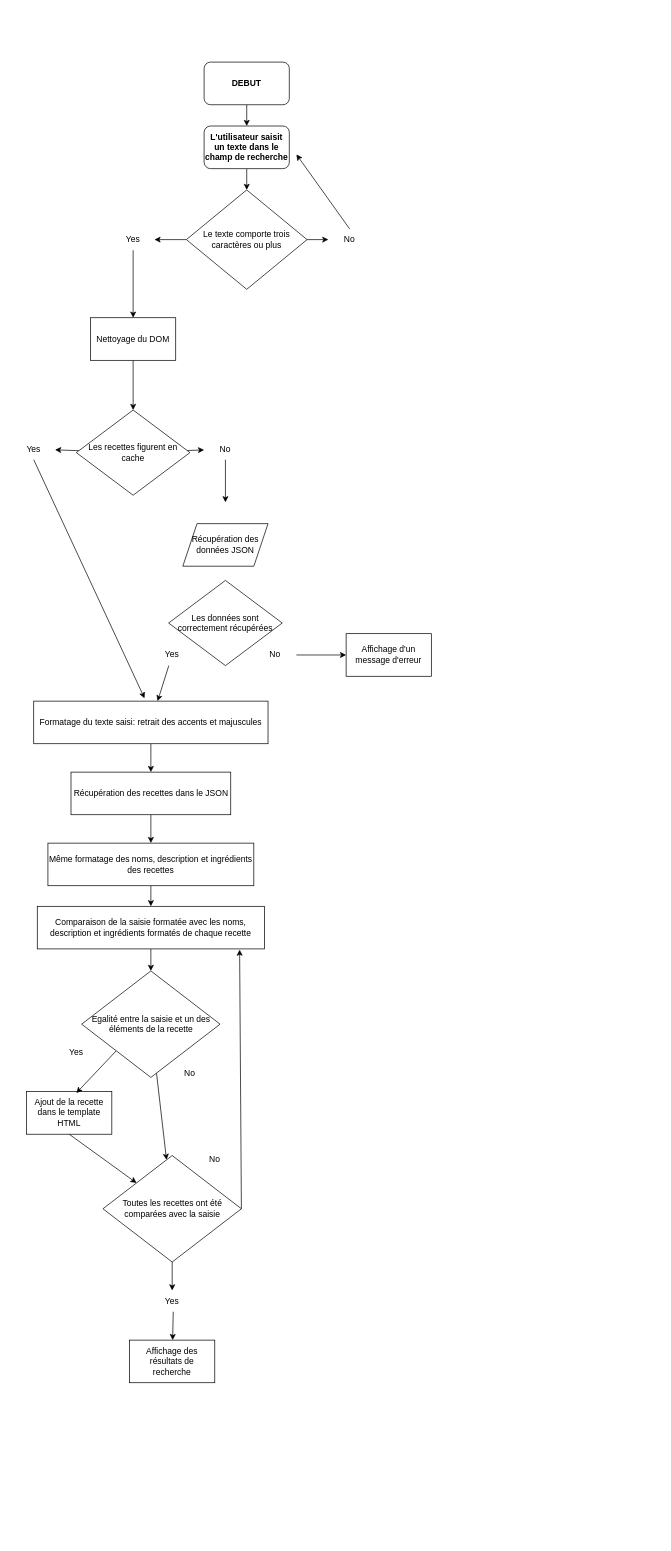
yann-lcrx/YannickLacroix_DFE7_31012022 keeps this draw.io diagram as algorithm.drawio. Above is the earlier version. Source tidied: cells renumbered, new cells numbered last; positions are measured from the earlier drawing's top-left corner, leaving out a move shared by most shapes. Both pictures are drawn from the tidied source at 71%, with x=0, y=0 at pixel (12, 62).
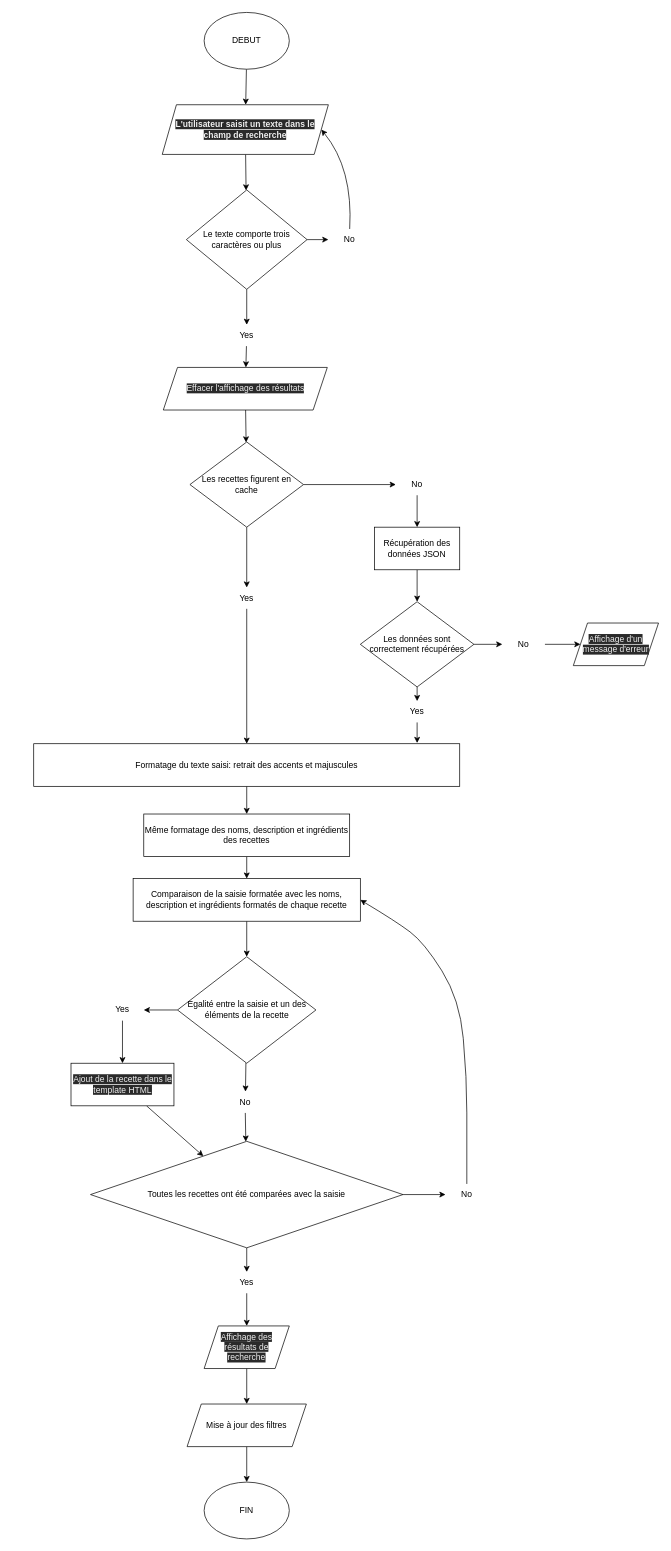
After the change.

The change refers to these unchanged cells:
```xml
<mxCell id="8" value="Le texte comporte trois caractères ou plus" style="rhombus;whiteSpace=wrap;html=1;" parent="1" vertex="1">
  <mxGeometry x="245" y="180" width="170" height="140" as="geometry" />
</mxCell>
```

The edit, as a diff of the source:
```diff
@@
-    <mxCell id="2" style="edgeStyle=none;html=1;" parent="1" edge="1" source="3" target="5">
-      <mxGeometry relative="1" as="geometry" />
-    </mxCell>
-    <mxCell id="3" value="&lt;b&gt;DEBUT&lt;/b&gt;" style="rounded=1;whiteSpace=wrap;html=1;" parent="1" vertex="1">
-      <mxGeometry x="270" width="120" height="60" as="geometry" />
-    </mxCell>
-    <mxCell id="4" style="edgeStyle=none;html=1;" parent="1" edge="1" source="5" target="8">
-      <mxGeometry relative="1" as="geometry" />
-    </mxCell>
-    <mxCell id="5" value="&lt;b&gt;L'utilisateur saisit un texte dans le champ de recherche&lt;/b&gt;" style="rounded=1;whiteSpace=wrap;html=1;" parent="1" vertex="1">
-      <mxGeometry x="270" y="90" width="120" height="60" as="geometry" />
-    </mxCell>
@@
-    <mxCell id="9" style="edgeStyle=none;html=1;entryX=0.5;entryY=0;entryDx=0;entryDy=0;" parent="1" edge="1" source="10" target="50">
-      <mxGeometry relative="1" as="geometry" />
-    </mxCell>
+    <mxCell id="51" style="edgeStyle=none;html=1;" parent="1" edge="1" source="10" target="67">
+      <mxGeometry relative="1" as="geometry" />
+    </mxCell>
     <mxCell id="10" value="Yes" style="text;html=1;strokeColor=none;fillColor=none;align=center;verticalAlign=middle;whiteSpace=wrap;rounded=0;" parent="1" vertex="1">
-      <mxGeometry x="140" y="235" width="60" height="30" as="geometry" />
+      <mxGeometry x="300" y="370" width="60" height="30" as="geometry" />
     </mxCell>
-    <mxCell id="11" style="edgeStyle=none;html=1;" parent="1" edge="1" source="12">
-      <mxGeometry relative="1" as="geometry">
-        <mxPoint x="300" y="620" as="targetPoint" />
-      </mxGeometry>
+    <mxCell id="11" style="edgeStyle=none;html=1;entryX=0.5;entryY=0;entryDx=0;entryDy=0;" parent="1" edge="1" source="12" target="18">
+      <mxGeometry relative="1" as="geometry" />
     </mxCell>
     <mxCell id="12" value="No" style="text;html=1;strokeColor=none;fillColor=none;align=center;verticalAlign=middle;whiteSpace=wrap;rounded=0;" parent="1" vertex="1">
-      <mxGeometry x="270" y="530" width="60" height="30" as="geometry" />
+      <mxGeometry x="540" y="580" width="60" height="30" as="geometry" />
     </mxCell>
@@
     <mxCell id="15" value="Les recettes figurent en cache" style="rhombus;whiteSpace=wrap;html=1;" parent="1" vertex="1">
-      <mxGeometry x="90" y="490" width="160" height="120" as="geometry" />
+      <mxGeometry x="250" y="535" width="160" height="120" as="geometry" />
     </mxCell>
-    <mxCell id="16" style="edgeStyle=none;html=1;exitX=0.5;exitY=1;exitDx=0;exitDy=0;entryX=0.473;entryY=-0.067;entryDx=0;entryDy=0;entryPerimeter=0;" parent="1" edge="1" source="17" target="20">
+    <mxCell id="16" style="edgeStyle=none;html=1;exitX=0.5;exitY=1;exitDx=0;exitDy=0;entryX=0.5;entryY=0;entryDx=0;entryDy=0;" parent="1" edge="1" source="17" target="20">
       <mxGeometry relative="1" as="geometry" />
     </mxCell>
     <mxCell id="17" value="Yes" style="text;html=1;strokeColor=none;fillColor=none;align=center;verticalAlign=middle;whiteSpace=wrap;rounded=0;" parent="1" vertex="1">
-      <mxGeometry y="530" width="60" height="30" as="geometry" />
+      <mxGeometry x="300" y="740" width="60" height="30" as="geometry" />
     </mxCell>
-    <mxCell id="18" value="Récupération des données JSON" style="shape=parallelogram;perimeter=parallelogramPerimeter;whiteSpace=wrap;html=1;fixedSize=1;" parent="1" vertex="1">
-      <mxGeometry x="240" y="650" width="120" height="60" as="geometry" />
-    </mxCell>
-    <mxCell id="19" style="edgeStyle=none;html=1;" parent="1" edge="1" source="20" target="27">
-      <mxGeometry relative="1" as="geometry" />
-    </mxCell>
+    <mxCell id="52" style="edgeStyle=none;html=1;exitX=0.5;exitY=1;exitDx=0;exitDy=0;entryX=0.5;entryY=0;entryDx=0;entryDy=0;" parent="1" edge="1" source="20" target="29">
+      <mxGeometry relative="1" as="geometry" />
+    </mxCell>
     <mxCell id="20" value="Formatage du texte saisi: retrait des accents et majuscules" style="rounded=0;whiteSpace=wrap;html=1;" parent="1" vertex="1">
-      <mxGeometry x="30" y="900" width="330" height="60" as="geometry" />
+      <mxGeometry x="30" y="960" width="600" height="60" as="geometry" />
     </mxCell>
+    <mxCell id="53" style="edgeStyle=none;html=1;exitX=1;exitY=0.5;exitDx=0;exitDy=0;" parent="1" edge="1" source="21" target="25">
+      <mxGeometry relative="1" as="geometry" />
+    </mxCell>
+    <mxCell id="54" style="edgeStyle=none;html=1;exitX=0.5;exitY=1;exitDx=0;exitDy=0;entryX=0.5;entryY=0;entryDx=0;entryDy=0;" parent="1" edge="1" source="21" target="23">
+      <mxGeometry relative="1" as="geometry" />
+    </mxCell>
     <mxCell id="21" value="Les données sont correctement récupérées" style="rhombus;whiteSpace=wrap;html=1;" parent="1" vertex="1">
-      <mxGeometry x="220" y="730" width="160" height="120" as="geometry" />
+      <mxGeometry x="490" y="760" width="160" height="120" as="geometry" />
     </mxCell>
-    <mxCell id="22" style="edgeStyle=none;html=1;" parent="1" edge="1" source="23" target="20">
+    <mxCell id="22" style="edgeStyle=none;html=1;exitX=0.5;exitY=1;exitDx=0;exitDy=0;entryX=0.9;entryY=-0.017;entryDx=0;entryDy=0;entryPerimeter=0;" parent="1" edge="1" source="23" target="20">
       <mxGeometry relative="1" as="geometry" />
     </mxCell>
     <mxCell id="23" value="Yes" style="text;html=1;strokeColor=none;fillColor=none;align=center;verticalAlign=middle;whiteSpace=wrap;rounded=0;" parent="1" vertex="1">
-      <mxGeometry x="195" y="820" width="60" height="30" as="geometry" />
+      <mxGeometry x="540" y="900" width="60" height="30" as="geometry" />
     </mxCell>
-    <mxCell id="24" style="edgeStyle=none;html=1;" parent="1" edge="1" source="25" target="48">
+    <mxCell id="24" style="edgeStyle=none;html=1;exitX=1;exitY=0.5;exitDx=0;exitDy=0;entryX=0;entryY=0.5;entryDx=0;entryDy=0;" parent="1" edge="1" source="25" target="48">
       <mxGeometry relative="1" as="geometry" />
     </mxCell>
     <mxCell id="25" value="No" style="text;html=1;strokeColor=none;fillColor=none;align=center;verticalAlign=middle;whiteSpace=wrap;rounded=0;" parent="1" vertex="1">
-      <mxGeometry x="340" y="820" width="60" height="30" as="geometry" />
+      <mxGeometry x="690" y="805" width="60" height="30" as="geometry" />
     </mxCell>
-    <mxCell id="26" style="edgeStyle=none;html=1;" parent="1" edge="1" source="27" target="29">
-      <mxGeometry relative="1" as="geometry" />
-    </mxCell>
-    <mxCell id="27" value="Récupération des recettes dans le JSON" style="rounded=0;whiteSpace=wrap;html=1;" parent="1" vertex="1">
-      <mxGeometry x="82.5" y="1000" width="225" height="60" as="geometry" />
-    </mxCell>
@@
     <mxCell id="29" value="Même formatage des noms, description et ingrédients des recettes" style="rounded=0;whiteSpace=wrap;html=1;" parent="1" vertex="1">
-      <mxGeometry x="50" y="1100" width="290" height="60" as="geometry" />
+      <mxGeometry x="185" y="1059" width="290" height="60" as="geometry" />
     </mxCell>
@@
     <mxCell id="31" value="Comparaison de la saisie formatée avec les noms, description et ingrédients formatés de chaque recette" style="rounded=0;whiteSpace=wrap;html=1;" parent="1" vertex="1">
-      <mxGeometry x="35" y="1189" width="320" height="60" as="geometry" />
+      <mxGeometry x="170" y="1150" width="320" height="60" as="geometry" />
     </mxCell>
+    <mxCell id="55" style="edgeStyle=none;html=1;exitX=0;exitY=0.5;exitDx=0;exitDy=0;entryX=1;entryY=0.5;entryDx=0;entryDy=0;" parent="1" edge="1" source="36" target="40">
+      <mxGeometry relative="1" as="geometry" />
+    </mxCell>
+    <mxCell id="56" style="edgeStyle=none;html=1;" parent="1" edge="1" source="36" target="43">
+      <mxGeometry relative="1" as="geometry" />
+    </mxCell>
+    <mxCell id="36" value="Egalité entre la saisie et un des éléments de la recette" style="rhombus;whiteSpace=wrap;html=1;" parent="1" vertex="1">
+      <mxGeometry x="232.5" y="1260" width="195" height="150" as="geometry" />
+    </mxCell>
+    <mxCell id="38" style="edgeStyle=none;html=1;" parent="1" edge="1" source="39" target="42">
+      <mxGeometry relative="1" as="geometry" />
+    </mxCell>
+    <mxCell id="57" style="edgeStyle=none;html=1;" parent="1" edge="1" source="39" target="44">
+      <mxGeometry relative="1" as="geometry" />
+    </mxCell>
+    <mxCell id="39" value="Toutes les recettes ont été comparées avec la saisie" style="rhombus;whiteSpace=wrap;html=1;" parent="1" vertex="1">
+      <mxGeometry x="110" y="1520" width="440" height="150" as="geometry" />
+    </mxCell>
+    <mxCell id="58" style="edgeStyle=none;html=1;" parent="1" edge="1" source="40" target="33">
+      <mxGeometry relative="1" as="geometry" />
+    </mxCell>
+    <mxCell id="40" value="Yes" style="text;html=1;strokeColor=none;fillColor=none;align=center;verticalAlign=middle;whiteSpace=wrap;rounded=0;" parent="1" vertex="1">
+      <mxGeometry x="125" y="1320" width="60" height="30" as="geometry" />
+    </mxCell>
+    <mxCell id="59" style="edgeStyle=none;html=1;" parent="1" edge="1" source="42" target="45">
+      <mxGeometry relative="1" as="geometry" />
+    </mxCell>
+    <mxCell id="42" value="Yes" style="text;html=1;strokeColor=none;fillColor=none;align=center;verticalAlign=middle;whiteSpace=wrap;rounded=0;" parent="1" vertex="1">
+      <mxGeometry x="300" y="1704" width="60" height="30" as="geometry" />
+    </mxCell>
+    <mxCell id="60" style="edgeStyle=none;html=1;exitX=0.5;exitY=1;exitDx=0;exitDy=0;" parent="1" edge="1" source="43" target="39">
+      <mxGeometry relative="1" as="geometry" />
+    </mxCell>
+    <mxCell id="43" value="No" style="text;html=1;strokeColor=none;fillColor=none;align=center;verticalAlign=middle;whiteSpace=wrap;rounded=0;" parent="1" vertex="1">
+      <mxGeometry x="298" y="1450" width="60" height="30" as="geometry" />
+    </mxCell>
+    <mxCell id="47" value="No" style="text;html=1;strokeColor=none;fillColor=none;align=center;verticalAlign=middle;whiteSpace=wrap;rounded=0;" parent="1" vertex="1">
+      <mxGeometry x="445" y="235" width="60" height="30" as="geometry" />
+    </mxCell>
+    <mxCell id="61" style="edgeStyle=none;html=1;exitX=0.5;exitY=1;exitDx=0;exitDy=0;entryX=0.5;entryY=0;entryDx=0;entryDy=0;" parent="1" edge="1" source="18" target="21">
+      <mxGeometry relative="1" as="geometry" />
+    </mxCell>
+    <mxCell id="18" value="&lt;span&gt;Récupération des données JSON&lt;/span&gt;" style="rounded=0;whiteSpace=wrap;html=1;" parent="1" vertex="1">
+      <mxGeometry x="510" y="655" width="120" height="60" as="geometry" />
+    </mxCell>
+    <mxCell id="48" value="&#10;&#10;&lt;span style=&quot;color: rgb(240, 240, 240); font-family: helvetica; font-size: 12px; font-style: normal; font-weight: 400; letter-spacing: normal; text-align: center; text-indent: 0px; text-transform: none; word-spacing: 0px; background-color: rgb(42, 42, 42); display: inline; float: none;&quot;&gt;Affichage d'un message d'erreur&lt;/span&gt;&#10;&#10;" style="shape=parallelogram;perimeter=parallelogramPerimeter;whiteSpace=wrap;html=1;fixedSize=1;" parent="1" vertex="1">
+      <mxGeometry x="790" y="790" width="120" height="60" as="geometry" />
+    </mxCell>
+    <mxCell id="62" style="edgeStyle=none;html=1;" parent="1" edge="1" target="63">
+      <mxGeometry relative="1" as="geometry">
+        <mxPoint x="330" y="1950" as="sourcePoint" />
+      </mxGeometry>
+    </mxCell>
+    <mxCell id="63" value="FIN" style="ellipse;whiteSpace=wrap;html=1;" parent="1" vertex="1">
+      <mxGeometry x="270" y="2000" width="120" height="80" as="geometry" />
+    </mxCell>
+    <mxCell id="2" style="edgeStyle=none;html=1;" parent="1" edge="1" source="3" target="5">
+      <mxGeometry relative="1" as="geometry" />
+    </mxCell>
+    <mxCell id="3" value="DEBUT" style="ellipse;whiteSpace=wrap;html=1;" parent="1" vertex="1">
+      <mxGeometry x="270" y="-70" width="120" height="80" as="geometry" />
+    </mxCell>
+    <mxCell id="64" style="curved=1;endArrow=classic;html=1;exitX=0.5;exitY=0;exitDx=0;exitDy=0;entryX=1;entryY=0.5;entryDx=0;entryDy=0;" parent="1" edge="1" source="47" target="5">
+      <mxGeometry relative="1" as="geometry">
+        <Array as="points">
+          <mxPoint x="480" y="150" />
+        </Array>
+      </mxGeometry>
+    </mxCell>
+    <mxCell id="44" value="No" style="text;html=1;strokeColor=none;fillColor=none;align=center;verticalAlign=middle;whiteSpace=wrap;rounded=0;" parent="1" vertex="1">
+      <mxGeometry x="610" y="1580" width="60" height="30" as="geometry" />
+    </mxCell>
+    <mxCell id="65" style="curved=1;endArrow=classic;html=1;entryX=1;entryY=0.5;entryDx=0;entryDy=0;" parent="1" edge="1" target="31">
+      <mxGeometry relative="1" as="geometry">
+        <mxPoint x="640" y="1580" as="sourcePoint" />
+        <Array as="points">
+          <mxPoint x="640" y="1530" />
+          <mxPoint x="640" y="1430" />
+          <mxPoint x="630" y="1320" />
+          <mxPoint x="580" y="1240" />
+          <mxPoint x="540" y="1210" />
+        </Array>
+      </mxGeometry>
+    </mxCell>
+    <mxCell id="4" style="edgeStyle=none;html=1;" parent="1" edge="1" source="5" target="8">
+      <mxGeometry relative="1" as="geometry" />
+    </mxCell>
+    <mxCell id="5" value="&#10;&#10;&lt;b style=&quot;color: rgb(240, 240, 240); font-family: helvetica; font-size: 12px; font-style: normal; letter-spacing: normal; text-align: center; text-indent: 0px; text-transform: none; word-spacing: 0px; background-color: rgb(42, 42, 42);&quot;&gt;L'utilisateur saisit un texte dans le champ de recherche&lt;/b&gt;&#10;&#10;" style="shape=parallelogram;perimeter=parallelogramPerimeter;whiteSpace=wrap;html=1;fixedSize=1;" parent="1" vertex="1">
+      <mxGeometry x="211" y="60" width="234" height="70" as="geometry" />
+    </mxCell>
+    <mxCell id="66" style="edgeStyle=none;html=1;" parent="1" edge="1" source="67" target="15">
+      <mxGeometry relative="1" as="geometry" />
+    </mxCell>
+    <mxCell id="67" value="&#10;&#10;&lt;span style=&quot;color: rgb(240, 240, 240); font-family: helvetica; font-size: 12px; font-style: normal; font-weight: 400; letter-spacing: normal; text-align: center; text-indent: 0px; text-transform: none; word-spacing: 0px; background-color: rgb(42, 42, 42); display: inline; float: none;&quot;&gt;Effacer l'affichage des résultats&lt;/span&gt;&#10;&#10;" style="shape=parallelogram;perimeter=parallelogramPerimeter;whiteSpace=wrap;html=1;fixedSize=1;" parent="1" vertex="1">
+      <mxGeometry x="212.5" y="430" width="231" height="60" as="geometry" />
+    </mxCell>
+    <mxCell id="68" style="edgeStyle=none;html=1;" parent="1" edge="1" source="45">
+      <mxGeometry relative="1" as="geometry">
+        <mxPoint x="330" y="1890" as="targetPoint" />
+      </mxGeometry>
+    </mxCell>
+    <mxCell id="45" value="&#10;&#10;&lt;span style=&quot;color: rgb(240, 240, 240); font-family: helvetica; font-size: 12px; font-style: normal; font-weight: 400; letter-spacing: normal; text-align: center; text-indent: 0px; text-transform: none; word-spacing: 0px; background-color: rgb(42, 42, 42); display: inline; float: none;&quot;&gt;Affichage des résultats de recherche&lt;/span&gt;&#10;&#10;" style="shape=parallelogram;perimeter=parallelogramPerimeter;whiteSpace=wrap;html=1;fixedSize=1;" parent="1" vertex="1">
+      <mxGeometry x="270" y="1780" width="120" height="60" as="geometry" />
+    </mxCell>
+    <mxCell id="69" value="Mise à jour des filtres" style="shape=parallelogram;perimeter=parallelogramPerimeter;whiteSpace=wrap;html=1;fixedSize=1;" parent="1" vertex="1">
+      <mxGeometry x="246" y="1890" width="168" height="60" as="geometry" />
+    </mxCell>
-    <mxCell id="32" style="edgeStyle=none;html=1;exitX=0.5;exitY=1;exitDx=0;exitDy=0;" parent="1" edge="1" source="33" target="39">
+    <mxCell id="32" style="edgeStyle=none;html=1;" parent="1" edge="1" source="33" target="39">
       <mxGeometry relative="1" as="geometry" />
     </mxCell>
-    <mxCell id="33" value="Ajout de la recette dans le template HTML" style="rounded=0;whiteSpace=wrap;html=1;" parent="1" vertex="1">
-      <mxGeometry x="20" y="1450" width="120" height="60" as="geometry" />
+    <mxCell id="33" value="&lt;span style=&quot;color: rgb(240 , 240 , 240) ; font-size: 12px ; font-style: normal ; font-weight: 400 ; letter-spacing: normal ; text-align: center ; text-indent: 0px ; text-transform: none ; word-spacing: 0px ; font-family: &amp;#34;helvetica&amp;#34; ; background-color: rgb(42 , 42 , 42) ; display: inline ; float: none&quot;&gt;Ajout de la recette dans le template HTML&lt;/span&gt;" style="rounded=0;whiteSpace=wrap;html=1;" parent="1" vertex="1">
+      <mxGeometry x="82.5" y="1410" width="145" height="60" as="geometry" />
     </mxCell>
-    <mxCell id="34" style="edgeStyle=none;html=1;exitX=0;exitY=1;exitDx=0;exitDy=0;entryX=0.583;entryY=0.033;entryDx=0;entryDy=0;entryPerimeter=0;" parent="1" edge="1" source="36" target="33">
-      <mxGeometry relative="1" as="geometry" />
-    </mxCell>
-    <mxCell id="35" style="edgeStyle=none;html=1;" parent="1" edge="1" source="36" target="39">
-      <mxGeometry relative="1" as="geometry" />
-    </mxCell>
-    <mxCell id="36" value="Egalité entre la saisie et un des éléments de la recette" style="rhombus;whiteSpace=wrap;html=1;" parent="1" vertex="1">
-      <mxGeometry x="97.5" y="1280" width="195" height="150" as="geometry" />
-    </mxCell>
-    <mxCell id="37" style="edgeStyle=none;html=1;exitX=1;exitY=0.5;exitDx=0;exitDy=0;" parent="1" edge="1" source="39">
-      <mxGeometry relative="1" as="geometry">
-        <mxPoint x="320" y="1250" as="targetPoint" />
-      </mxGeometry>
-    </mxCell>
-    <mxCell id="38" style="edgeStyle=none;html=1;" parent="1" edge="1" source="39" target="42">
-      <mxGeometry relative="1" as="geometry" />
-    </mxCell>
-    <mxCell id="39" value="Toutes les recettes ont été comparées avec la saisie" style="rhombus;whiteSpace=wrap;html=1;" parent="1" vertex="1">
-      <mxGeometry x="127.5" y="1540" width="195" height="150" as="geometry" />
-    </mxCell>
-    <mxCell id="40" value="Yes" style="text;html=1;strokeColor=none;fillColor=none;align=center;verticalAlign=middle;whiteSpace=wrap;rounded=0;" parent="1" vertex="1">
-      <mxGeometry x="60" y="1380" width="60" height="30" as="geometry" />
-    </mxCell>
-    <mxCell id="41" style="edgeStyle=none;html=1;exitX=0.65;exitY=1.1;exitDx=0;exitDy=0;exitPerimeter=0;" parent="1" edge="1" target="45">
-      <mxGeometry relative="1" as="geometry">
-        <mxPoint x="226.5" y="1760" as="sourcePoint" />
-      </mxGeometry>
-    </mxCell>
-    <mxCell id="42" value="Yes" style="text;html=1;strokeColor=none;fillColor=none;align=center;verticalAlign=middle;whiteSpace=wrap;rounded=0;" parent="1" vertex="1">
-      <mxGeometry x="195" y="1730" width="60" height="30" as="geometry" />
-    </mxCell>
-    <mxCell id="43" value="No" style="text;html=1;strokeColor=none;fillColor=none;align=center;verticalAlign=middle;whiteSpace=wrap;rounded=0;" parent="1" vertex="1">
-      <mxGeometry x="220" y="1410" width="60" height="30" as="geometry" />
-    </mxCell>
-    <mxCell id="44" value="No" style="text;html=1;strokeColor=none;fillColor=none;align=center;verticalAlign=middle;whiteSpace=wrap;rounded=0;" parent="1" vertex="1">
-      <mxGeometry x="255" y="1530" width="60" height="30" as="geometry" />
-    </mxCell>
-    <mxCell id="45" value="Affichage des résultats de recherche" style="rounded=0;whiteSpace=wrap;html=1;" parent="1" vertex="1">
-      <mxGeometry x="165" y="1800" width="120" height="60" as="geometry" />
-    </mxCell>
-    <mxCell id="46" style="edgeStyle=none;html=1;exitX=0.5;exitY=0;exitDx=0;exitDy=0;" parent="1" edge="1" source="47">
-      <mxGeometry relative="1" as="geometry">
-        <mxPoint x="400" y="130" as="targetPoint" />
-      </mxGeometry>
-    </mxCell>
-    <mxCell id="47" value="No" style="text;html=1;strokeColor=none;fillColor=none;align=center;verticalAlign=middle;whiteSpace=wrap;rounded=0;" parent="1" vertex="1">
-      <mxGeometry x="445" y="235" width="60" height="30" as="geometry" />
-    </mxCell>
-    <mxCell id="48" value="Affichage d'un message d'erreur" style="rounded=0;whiteSpace=wrap;html=1;" parent="1" vertex="1">
-      <mxGeometry x="470" y="805" width="120" height="60" as="geometry" />
-    </mxCell>
-    <mxCell id="49" style="edgeStyle=none;html=1;" parent="1" edge="1" source="50" target="15">
-      <mxGeometry relative="1" as="geometry" />
-    </mxCell>
-    <mxCell id="50" value="Nettoyage du DOM" style="rounded=0;whiteSpace=wrap;html=1;" parent="1" vertex="1">
-      <mxGeometry x="110" y="360" width="120" height="60" as="geometry" />
-    </mxCell>
```
